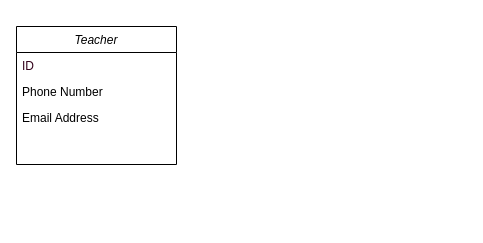
nharrisanalyst/tester_flow keeps this draw.io diagram as Untitled Diagram.drawio. Above is the earlier version. Source tidied: cells renumbered, new cells numbered last; positions are measured from the earlier drawing's top-left corner, leaving out a move shared by most shapes. Both pictures are drawn from the tidied source at 100%, with x=0, y=0 at pixel (16, 26).
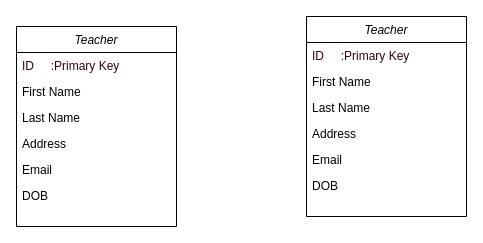
Above is the later version.

Change to the diagram source:
```diff
@@
 <mxGraphModel>
   <root>
     <mxCell id="0" />
     <mxCell id="1" parent="0" />
     <mxCell id="2" value="Teacher" style="swimlane;fontStyle=2;align=center;verticalAlign=top;horizontal=1;startSize=26;rounded=0;shadow=0;strokeWidth=1;" parent="1" vertex="1">
-      <mxGeometry width="160" height="138" as="geometry" />
+      <mxGeometry width="160" height="200" as="geometry" />
     </mxCell>
-    <mxCell id="3" value="ID " style="text;align=left;verticalAlign=top;spacingLeft=4;spacingRight=4;overflow=hidden;fontColor=#33001A;" parent="2" vertex="1">
+    <mxCell id="3" value="ID     :Primary Key" style="text;align=left;verticalAlign=top;spacingLeft=4;spacingRight=4;overflow=hidden;fontColor=#33001A;" parent="2" vertex="1">
       <mxGeometry y="26" width="160" height="26" as="geometry" />
     </mxCell>
-    <mxCell id="4" value="Phone Number" style="text;align=left;verticalAlign=top;spacingLeft=4;spacingRight=4;overflow=hidden;rounded=0;shadow=0;html=0;" parent="2" vertex="1">
+    <mxCell id="4" value="First Name" style="text;align=left;verticalAlign=top;spacingLeft=4;spacingRight=4;overflow=hidden;rounded=0;shadow=0;html=0;" parent="2" vertex="1">
       <mxGeometry y="52" width="160" height="26" as="geometry" />
     </mxCell>
-    <mxCell id="5" value="Email Address" style="text;align=left;verticalAlign=top;spacingLeft=4;spacingRight=4;overflow=hidden;rounded=0;shadow=0;html=0;" parent="2" vertex="1">
+    <mxCell id="5" value="Last Name" style="text;align=left;verticalAlign=top;spacingLeft=4;spacingRight=4;overflow=hidden;rounded=0;shadow=0;html=0;" parent="2" vertex="1">
       <mxGeometry y="78" width="160" height="26" as="geometry" />
     </mxCell>
+    <mxCell id="6" value="Address" style="text;align=left;verticalAlign=top;spacingLeft=4;spacingRight=4;overflow=hidden;rounded=0;shadow=0;html=0;" parent="2" vertex="1">
+      <mxGeometry y="104" width="160" height="26" as="geometry" />
+    </mxCell>
+    <mxCell id="7" value="Email" style="text;align=left;verticalAlign=top;spacingLeft=4;spacingRight=4;overflow=hidden;rounded=0;shadow=0;html=0;" parent="2" vertex="1">
+      <mxGeometry y="130" width="160" height="26" as="geometry" />
+    </mxCell>
+    <mxCell id="8" value="DOB" style="text;align=left;verticalAlign=top;spacingLeft=4;spacingRight=4;overflow=hidden;rounded=0;shadow=0;html=0;" parent="2" vertex="1">
+      <mxGeometry y="156" width="160" height="26" as="geometry" />
+    </mxCell>
+    <mxCell id="9" value="Teacher" style="swimlane;fontStyle=2;align=center;verticalAlign=top;horizontal=1;startSize=26;rounded=0;shadow=0;strokeWidth=1;" parent="1" vertex="1">
+      <mxGeometry x="290" y="-10" width="160" height="200" as="geometry" />
+    </mxCell>
+    <mxCell id="10" value="ID     :Primary Key" style="text;align=left;verticalAlign=top;spacingLeft=4;spacingRight=4;overflow=hidden;fontColor=#33001A;" parent="9" vertex="1">
+      <mxGeometry y="26" width="160" height="26" as="geometry" />
+    </mxCell>
+    <mxCell id="11" value="First Name" style="text;align=left;verticalAlign=top;spacingLeft=4;spacingRight=4;overflow=hidden;rounded=0;shadow=0;html=0;" parent="9" vertex="1">
+      <mxGeometry y="52" width="160" height="26" as="geometry" />
+    </mxCell>
+    <mxCell id="12" value="Last Name" style="text;align=left;verticalAlign=top;spacingLeft=4;spacingRight=4;overflow=hidden;rounded=0;shadow=0;html=0;" parent="9" vertex="1">
+      <mxGeometry y="78" width="160" height="26" as="geometry" />
+    </mxCell>
+    <mxCell id="13" value="Address" style="text;align=left;verticalAlign=top;spacingLeft=4;spacingRight=4;overflow=hidden;rounded=0;shadow=0;html=0;" parent="9" vertex="1">
+      <mxGeometry y="104" width="160" height="26" as="geometry" />
+    </mxCell>
+    <mxCell id="14" value="Email" style="text;align=left;verticalAlign=top;spacingLeft=4;spacingRight=4;overflow=hidden;rounded=0;shadow=0;html=0;" parent="9" vertex="1">
+      <mxGeometry y="130" width="160" height="26" as="geometry" />
+    </mxCell>
+    <mxCell id="15" value="DOB" style="text;align=left;verticalAlign=top;spacingLeft=4;spacingRight=4;overflow=hidden;rounded=0;shadow=0;html=0;" parent="9" vertex="1">
+      <mxGeometry y="156" width="160" height="26" as="geometry" />
+    </mxCell>
   </root>
 </mxGraphModel>
```
